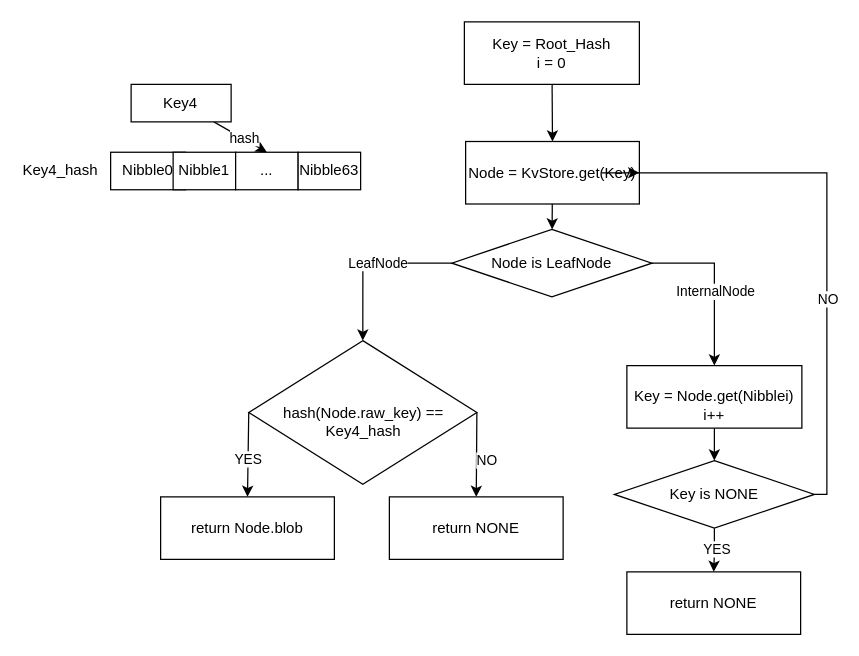
Before: page "search" (7 of 7) of static/smt.drawio in starcoinorg/starcoin-cookbook, a draw.io diagram. Source tidied: cells renumbered, new cells numbered last; positions are measured from the earlier drawing's top-left corner, leaving out a move shared by most shapes. Both pictures are drawn from the tidied source at 125%, with x=0, y=0 at pixel (22, 21).
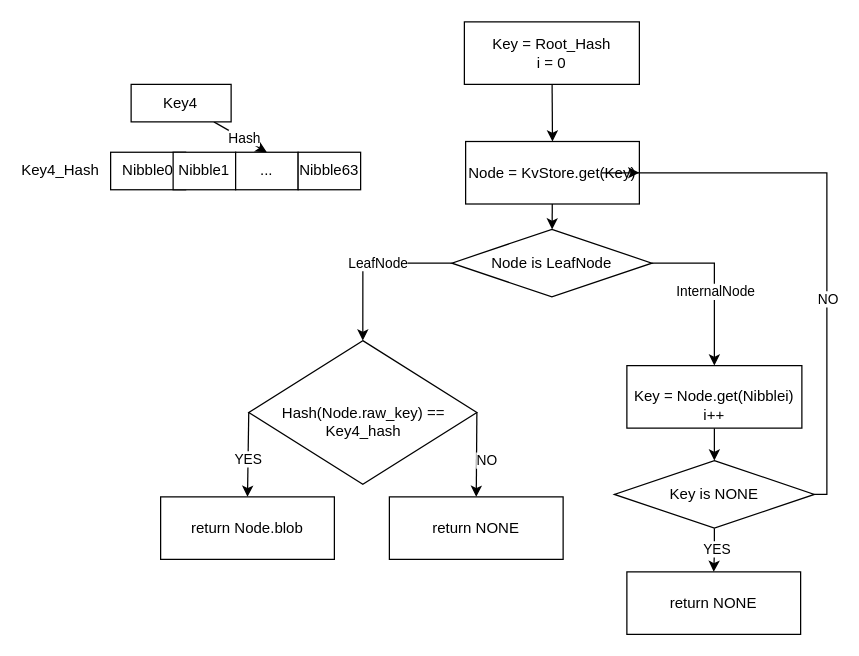
The same page after the edit.

Unchanged cells that the change refers to:
```xml
<mxCell id="6" style="edgeStyle=none;rounded=0;jettySize=auto;html=1;entryX=0.5;entryY=0;entryDx=0;entryDy=0;" parent="1" edge="1" source="8" target="4">
  <mxGeometry relative="1" as="geometry" />
</mxCell>
```

Change to the diagram source:
```diff
@@
-    <mxCell id="7" value="hash" style="edgeLabel;html=1;align=center;verticalAlign=middle;" parent="6" vertex="1">
+    <mxCell id="7" value="Hash" style="edgeLabel;html=1;align=center;verticalAlign=middle;" parent="6" vertex="1">
       <mxGeometry x="0.1" y="1" relative="1" as="geometry" />
     </mxCell>
@@
-    <mxCell id="9" value="Key4_hash" style="text;html=1;strokeColor=none;fillColor=none;align=center;verticalAlign=middle;whiteSpace=wrap;rounded=0;" parent="1" vertex="1">
+    <mxCell id="9" value="Key4_Hash" style="text;html=1;strokeColor=none;fillColor=none;align=center;verticalAlign=middle;whiteSpace=wrap;rounded=0;" parent="1" vertex="1">
       <mxGeometry y="104.3" width="60" height="30" as="geometry" />
     </mxCell>
@@
-    <mxCell id="18" value="&lt;br&gt;hash(Node.raw_key) == Key4_hash" style="rhombus;whiteSpace=wrap;html=1;" parent="1" vertex="1">
+    <mxCell id="18" value="&lt;br&gt;Hash(Node.raw_key) == Key4_hash" style="rhombus;whiteSpace=wrap;html=1;" parent="1" vertex="1">
       <mxGeometry x="180.5" y="255" width="182.5" height="115" as="geometry" />
     </mxCell>
```
